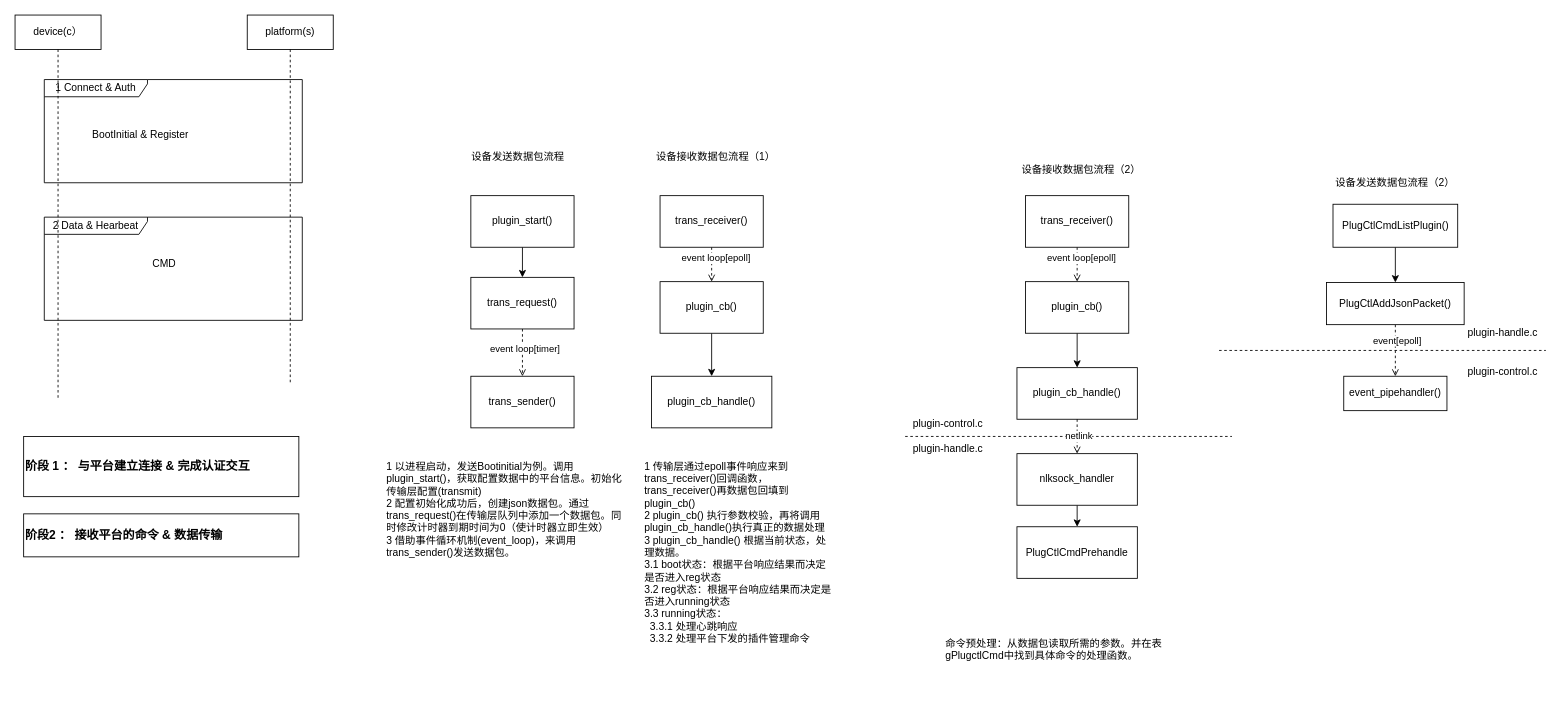
waterwatermelon/graph keeps this draw.io diagram as page "sequence" (1 of 3) of gw-mtk/mobile_manager.drawio. Above is the earlier version. Source tidied: cells renumbered, new cells numbered last; positions are measured from the earlier drawing's top-left corner, leaving out a move shared by most shapes. Both pictures are drawn from the tidied source at 86%, with x=0, y=0 at pixel (15, 15).
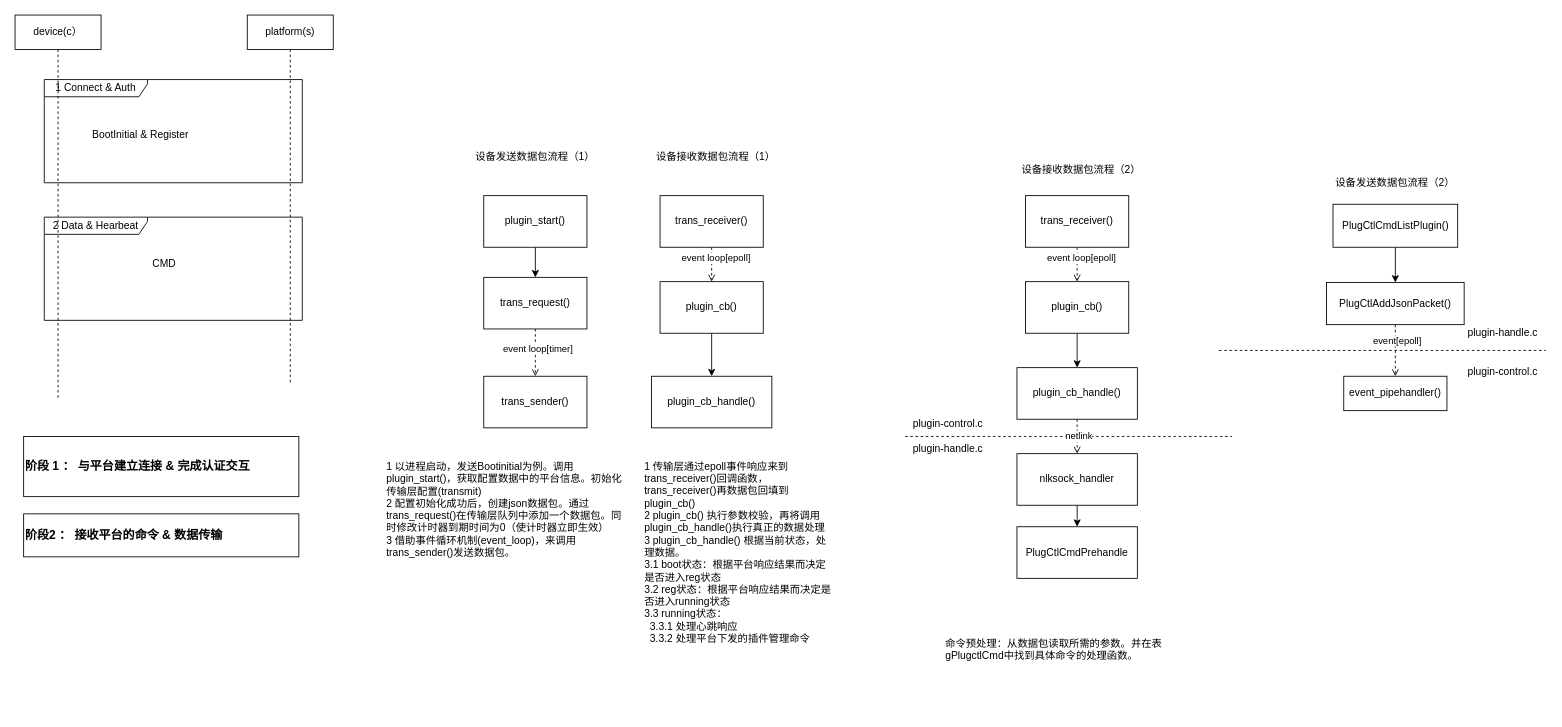
The same diagram, later.

Diff of the diagram source:
```diff
@@
     <mxCell id="13" value="plugin_start()" style="rounded=0;whiteSpace=wrap;html=1;" parent="1" vertex="1">
-      <mxGeometry x="530" y="210" width="120" height="60" as="geometry" />
+      <mxGeometry x="545" y="210" width="120" height="60" as="geometry" />
     </mxCell>
@@
     <mxCell id="16" value="trans_request()" style="rounded=0;whiteSpace=wrap;html=1;" parent="1" vertex="1">
-      <mxGeometry x="530" y="305" width="120" height="60" as="geometry" />
+      <mxGeometry x="545" y="305" width="120" height="60" as="geometry" />
     </mxCell>
     <mxCell id="17" value="trans_sender()" style="rounded=0;whiteSpace=wrap;html=1;" parent="1" vertex="1">
-      <mxGeometry x="530" y="420" width="120" height="60" as="geometry" />
+      <mxGeometry x="545" y="420" width="120" height="60" as="geometry" />
     </mxCell>
@@
-    <mxCell id="24" value="设备发送数据包流程" style="text;html=1;strokeColor=none;fillColor=none;align=center;verticalAlign=middle;whiteSpace=wrap;rounded=0;" parent="1" vertex="1">
-      <mxGeometry x="530" y="150" width="110" height="30" as="geometry" />
+    <mxCell id="24" value="设备发送数据包流程（1）" style="text;html=1;strokeColor=none;fillColor=none;align=center;verticalAlign=middle;whiteSpace=wrap;rounded=0;" parent="1" vertex="1">
+      <mxGeometry x="530" y="150" width="150" height="30" as="geometry" />
     </mxCell>
```
